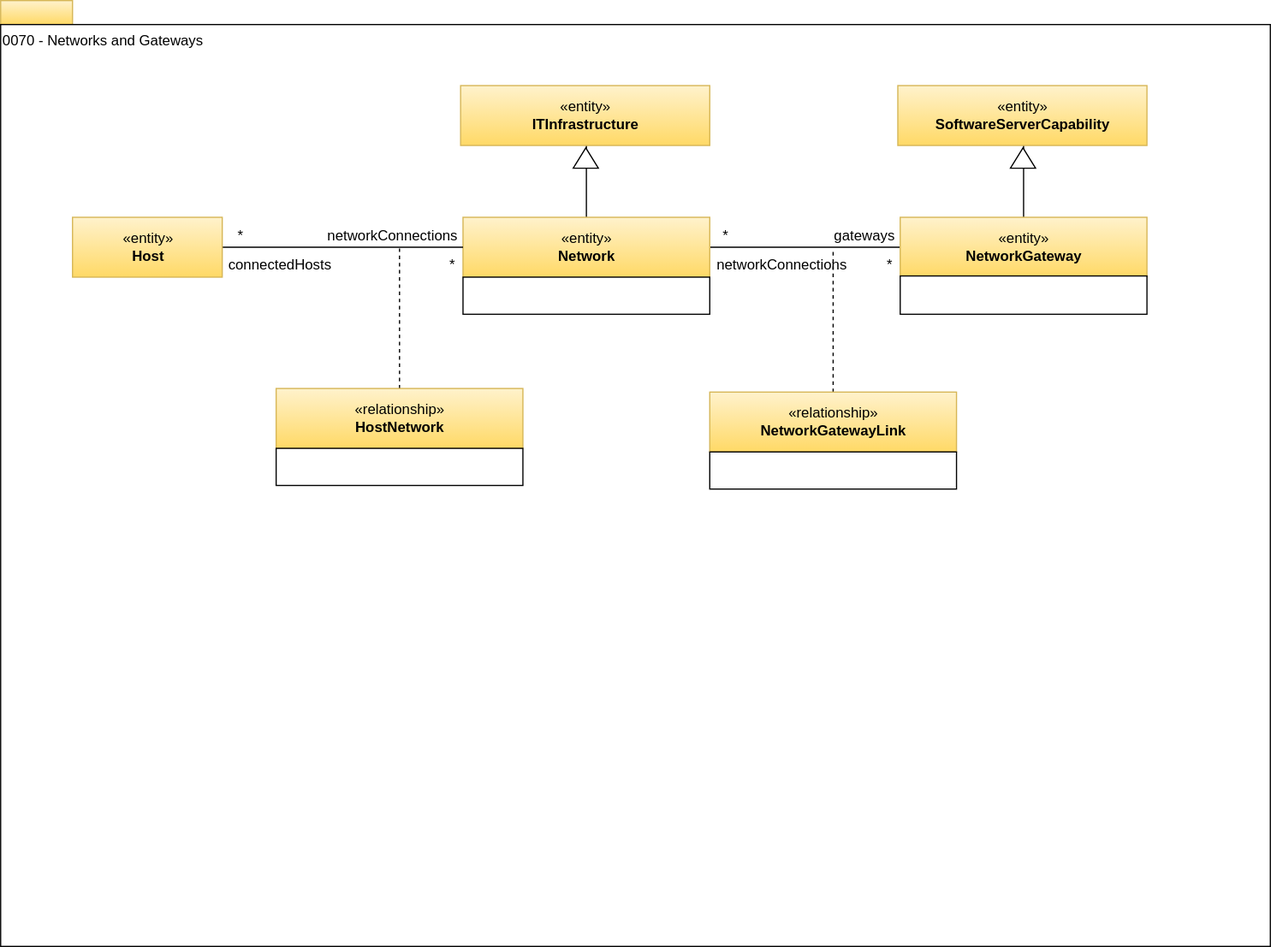
odpi/egeria-docs keeps this draw.io diagram as site/docs/types/0/0070-networks-and-gateways.svg. Above is the earlier version. Source tidied: cells renumbered, new cells last; positions are measured from the earlier drawing's top-left corner, leaving out a move shared by most shapes.
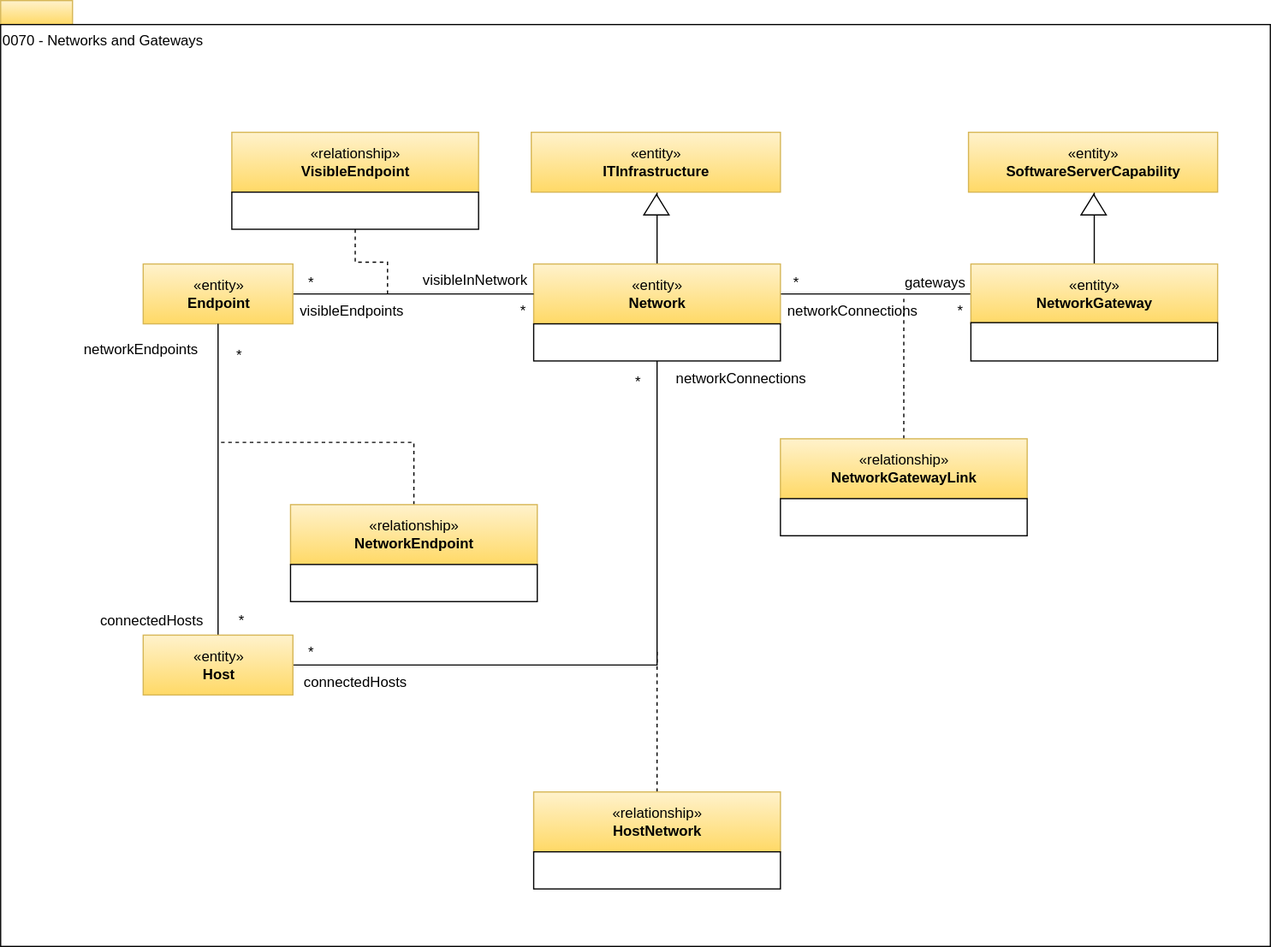
After the commit.

What changed in the source:
```diff
@@ -3,10 +3,10 @@
     <mxCell id="0" />
     <mxCell id="1" parent="0" />
     <mxCell id="2" style="rounded=0;whiteSpace=wrap;html=1;align=left;fillColor=#fff2cc;strokeColor=#d6b656;gradientColor=#ffd966;" parent="1" vertex="1">
-      <mxGeometry width="60" height="20" as="geometry" />
+      <mxGeometry x="-59" y="-39" width="60" height="20" as="geometry" />
     </mxCell>
     <mxCell id="3" value="0070 - Networks and Gateways" style="rounded=0;whiteSpace=wrap;html=1;align=left;verticalAlign=top;" parent="1" vertex="1">
-      <mxGeometry y="20" width="1060" height="770" as="geometry" />
+      <mxGeometry x="-59" y="-19" width="1060" height="770" as="geometry" />
     </mxCell>
     <mxCell id="4" style="edgeStyle=orthogonalEdgeStyle;rounded=0;html=1;endArrow=none;endFill=0;jettySize=auto;" parent="1" edge="1" target="6">
       <mxGeometry relative="1" as="geometry">
@@ -28,16 +28,16 @@
     <mxCell id="9" value="«entity»&lt;br&gt;&lt;b&gt;ITInfrastructure&lt;/b&gt;" style="html=1;strokeColor=#d6b656;align=center;fillColor=#fff2cc;gradientColor=#ffd966;" parent="1" vertex="1">
       <mxGeometry x="384" y="71" width="208" height="50" as="geometry" />
     </mxCell>
-    <mxCell id="10" style="edgeStyle=orthogonalEdgeStyle;rounded=0;html=1;exitX=0.5;exitY=0;endArrow=none;endFill=0;jettySize=auto;dashed=1;" parent="1" edge="1" source="11">
+    <mxCell id="10" style="edgeStyle=orthogonalEdgeStyle;rounded=0;html=1;exitX=0.5;exitY=1;endArrow=none;endFill=0;jettySize=auto;dashed=1;exitDx=0;exitDy=0;" parent="1" edge="1" source="12">
       <mxGeometry relative="1" as="geometry">
-        <mxPoint x="333" y="207" as="targetPoint" />
+        <mxPoint x="264" y="207" as="targetPoint" />
       </mxGeometry>
     </mxCell>
-    <mxCell id="11" value="«relationship»&lt;br&gt;&lt;b&gt;HostNetwork&lt;/b&gt;" style="html=1;strokeColor=#d6b656;align=center;fillColor=#fff2cc;gradientColor=#ffd966;" parent="1" vertex="1">
-      <mxGeometry x="230" y="324" width="206" height="50" as="geometry" />
+    <mxCell id="11" value="«relationship»&lt;br&gt;&lt;b&gt;VisibleEndpoint&lt;/b&gt;" style="html=1;strokeColor=#d6b656;align=center;fillColor=#fff2cc;gradientColor=#ffd966;" parent="1" vertex="1">
+      <mxGeometry x="134" y="71" width="206" height="50" as="geometry" />
     </mxCell>
     <mxCell id="12" style="rounded=0;whiteSpace=wrap;html=1;strokeColor=#000000;gradientColor=#ffffff;align=center;" parent="1" vertex="1">
-      <mxGeometry x="230" y="374" width="206" height="31" as="geometry" />
+      <mxGeometry x="134" y="121" width="206" height="31" as="geometry" />
     </mxCell>
     <mxCell id="13" style="edgeStyle=orthogonalEdgeStyle;rounded=0;html=1;endArrow=none;endFill=0;jettySize=auto;" parent="1" edge="1" target="14">
       <mxGeometry relative="1" as="geometry">
@@ -70,7 +70,7 @@
     <mxCell id="21" style="edgeStyle=orthogonalEdgeStyle;rounded=0;html=1;exitX=1;exitY=0.5;entryX=0;entryY=0.5;endArrow=none;endFill=0;jettySize=auto;" parent="1" edge="1" source="22" target="6">
       <mxGeometry relative="1" as="geometry" />
     </mxCell>
-    <mxCell id="22" value="«entity»&lt;br&gt;&lt;b&gt;Host&lt;/b&gt;" style="html=1;strokeColor=#d6b656;align=center;fillColor=#fff2cc;gradientColor=#ffd966;" parent="1" vertex="1">
+    <mxCell id="22" value="«entity»&lt;br&gt;&lt;b&gt;Endpoint&lt;/b&gt;" style="html=1;strokeColor=#d6b656;align=center;fillColor=#fff2cc;gradientColor=#ffd966;" parent="1" vertex="1">
       <mxGeometry x="60" y="181" width="125" height="50" as="geometry" />
     </mxCell>
     <mxCell id="23" value="gateways" style="text;html=1;align=center;verticalAlign=top;spacingTop=-4;" parent="1" vertex="1">
@@ -91,11 +91,69 @@
     <mxCell id="28" value="networkConnections" style="text;html=1;align=center;verticalAlign=top;spacingTop=-4;" parent="1" vertex="1">
       <mxGeometry x="592" y="211" width="119" height="14" as="geometry" />
     </mxCell>
-    <mxCell id="29" value="networkConnections" style="text;html=1;align=center;verticalAlign=top;spacingTop=-4;" parent="1" vertex="1">
-      <mxGeometry x="267" y="187" width="119" height="14" as="geometry" />
+    <mxCell id="29" value="visibleInNetwork" style="text;html=1;align=center;verticalAlign=top;spacingTop=-4;" parent="1" vertex="1">
+      <mxGeometry x="288.5" y="185" width="97" height="14" as="geometry" />
     </mxCell>
-    <mxCell id="30" value="connectedHosts" style="text;html=1;align=center;verticalAlign=top;spacingTop=-4;" parent="1" vertex="1">
-      <mxGeometry x="185" y="211" width="96" height="14" as="geometry" />
+    <mxCell id="30" value="visibleEndpoints" style="text;html=1;align=center;verticalAlign=top;spacingTop=-4;" parent="1" vertex="1">
+      <mxGeometry x="185" y="211" width="97" height="14" as="geometry" />
     </mxCell>
+    <mxCell id="31" style="edgeStyle=orthogonalEdgeStyle;rounded=0;html=1;exitX=0.5;exitY=0;endArrow=none;endFill=0;jettySize=auto;dashed=1;" parent="1" edge="1" source="32">
+      <mxGeometry relative="1" as="geometry">
+        <mxPoint x="489" y="505" as="targetPoint" />
+      </mxGeometry>
+    </mxCell>
+    <mxCell id="32" value="«relationship»&lt;br&gt;&lt;b&gt;HostNetwork&lt;/b&gt;" style="html=1;strokeColor=#d6b656;align=center;fillColor=#fff2cc;gradientColor=#ffd966;" parent="1" vertex="1">
+      <mxGeometry x="386" y="622" width="206" height="50" as="geometry" />
+    </mxCell>
+    <mxCell id="33" style="rounded=0;whiteSpace=wrap;html=1;strokeColor=#000000;gradientColor=#ffffff;align=center;" parent="1" vertex="1">
+      <mxGeometry x="386" y="672" width="206" height="31" as="geometry" />
+    </mxCell>
+    <mxCell id="34" style="edgeStyle=orthogonalEdgeStyle;rounded=0;html=1;entryX=0.5;entryY=1;endArrow=none;endFill=0;jettySize=auto;entryDx=0;entryDy=0;" parent="1" edge="1" source="43" target="7">
+      <mxGeometry relative="1" as="geometry" />
+    </mxCell>
+    <mxCell id="35" value="*" style="text;html=1;align=center;verticalAlign=top;spacingTop=-4;" parent="1" vertex="1">
+      <mxGeometry x="192" y="496" width="15" height="14" as="geometry" />
+    </mxCell>
+    <mxCell id="36" value="*" style="text;html=1;align=center;verticalAlign=top;spacingTop=-4;" parent="1" vertex="1">
+      <mxGeometry x="465" y="270" width="15" height="14" as="geometry" />
+    </mxCell>
+    <mxCell id="37" value="networkConnections" style="text;html=1;align=center;verticalAlign=top;spacingTop=-4;" parent="1" vertex="1">
+      <mxGeometry x="499" y="267" width="119" height="14" as="geometry" />
+    </mxCell>
+    <mxCell id="38" value="connectedHosts" style="text;html=1;align=center;verticalAlign=top;spacingTop=-4;" parent="1" vertex="1">
+      <mxGeometry x="189" y="521" width="96" height="14" as="geometry" />
+    </mxCell>
+    <mxCell id="39" style="edgeStyle=orthogonalEdgeStyle;rounded=0;html=1;exitX=0.5;exitY=0;endArrow=none;endFill=0;jettySize=auto;dashed=1;" parent="1" edge="1" source="40">
+      <mxGeometry relative="1" as="geometry">
+        <mxPoint x="122" y="330" as="targetPoint" />
+        <Array as="points">
+          <mxPoint x="286" y="330" />
+        </Array>
+      </mxGeometry>
+    </mxCell>
+    <mxCell id="40" value="«relationship»&lt;br&gt;&lt;b&gt;NetworkEndpoint&lt;/b&gt;" style="html=1;strokeColor=#d6b656;align=center;fillColor=#fff2cc;gradientColor=#ffd966;" parent="1" vertex="1">
+      <mxGeometry x="183" y="382" width="206" height="50" as="geometry" />
+    </mxCell>
+    <mxCell id="41" style="rounded=0;whiteSpace=wrap;html=1;strokeColor=#000000;gradientColor=#ffffff;align=center;" parent="1" vertex="1">
+      <mxGeometry x="183" y="432" width="206" height="31" as="geometry" />
+    </mxCell>
+    <mxCell id="42" style="edgeStyle=orthogonalEdgeStyle;rounded=0;html=1;exitX=0.5;exitY=0;endArrow=none;endFill=0;jettySize=auto;exitDx=0;exitDy=0;" parent="1" edge="1" source="43" target="22">
+      <mxGeometry relative="1" as="geometry" />
+    </mxCell>
+    <mxCell id="43" value="«entity»&lt;br&gt;&lt;b&gt;Host&lt;/b&gt;" style="html=1;strokeColor=#d6b656;align=center;fillColor=#fff2cc;gradientColor=#ffd966;" parent="1" vertex="1">
+      <mxGeometry x="60" y="491" width="125" height="50" as="geometry" />
+    </mxCell>
+    <mxCell id="44" value="*" style="text;html=1;align=center;verticalAlign=top;spacingTop=-4;" parent="1" vertex="1">
+      <mxGeometry x="134" y="469" width="15" height="14" as="geometry" />
+    </mxCell>
+    <mxCell id="45" value="*" style="text;html=1;align=center;verticalAlign=top;spacingTop=-4;" parent="1" vertex="1">
+      <mxGeometry x="132" y="248" width="15" height="14" as="geometry" />
+    </mxCell>
+    <mxCell id="46" value="networkEndpoints" style="text;html=1;align=center;verticalAlign=top;spacingTop=-4;" parent="1" vertex="1">
+      <mxGeometry x="5" y="243" width="105" height="14" as="geometry" />
+    </mxCell>
+    <mxCell id="47" value="connectedHosts" style="text;html=1;align=center;verticalAlign=top;spacingTop=-4;" parent="1" vertex="1">
+      <mxGeometry x="19" y="469" width="96" height="14" as="geometry" />
+    </mxCell>
   </root>
 </mxGraphModel>
```
